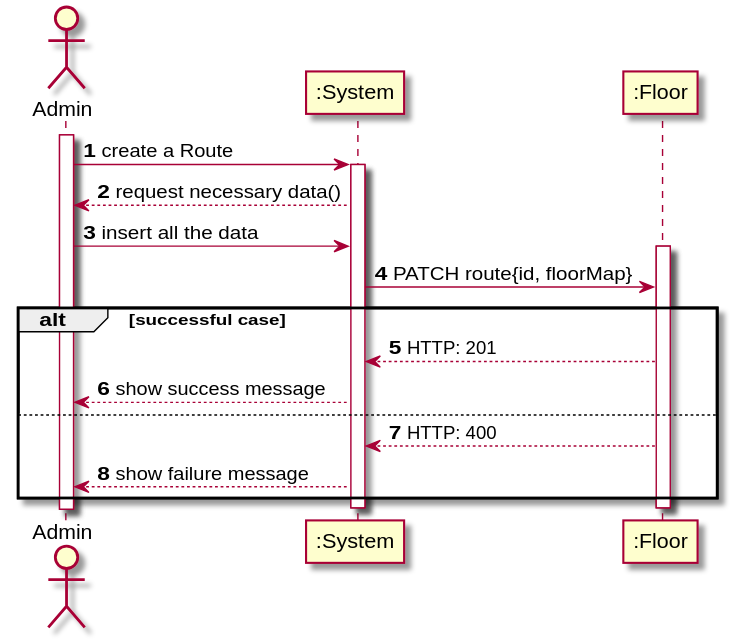
Before: docs/Sprint A/svg/docs/Sprint A/US230/Level2_patchFloorMap.svg, a diagram exported from PlantUML (NunoTeixeiraMota/ProjetoIntegrador24).
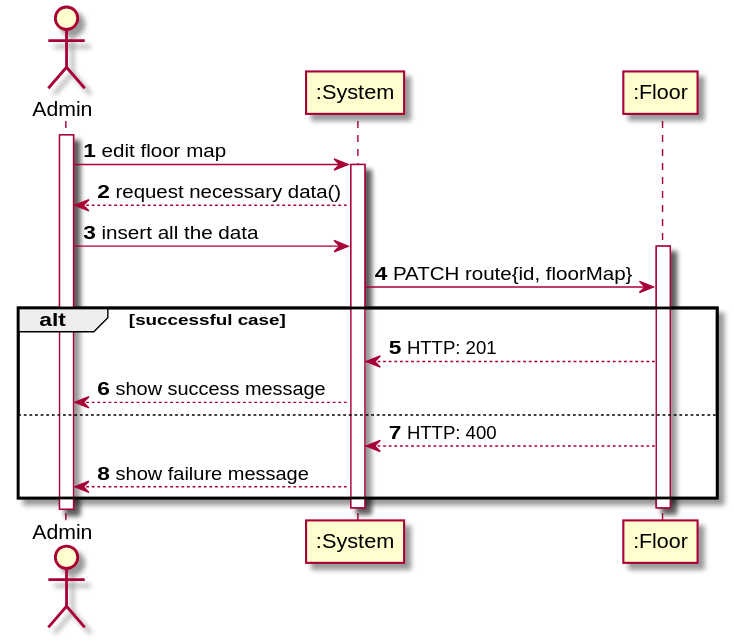
The same file after the commit.

The edit, as a diff of the source:
```diff
@@ -7,7 +7,7 @@
 
 activate admin
 
-admin -> sys: create a Route
+admin -> sys: edit floor map
 activate sys
 
 sys --> admin: request necessary data()
```
